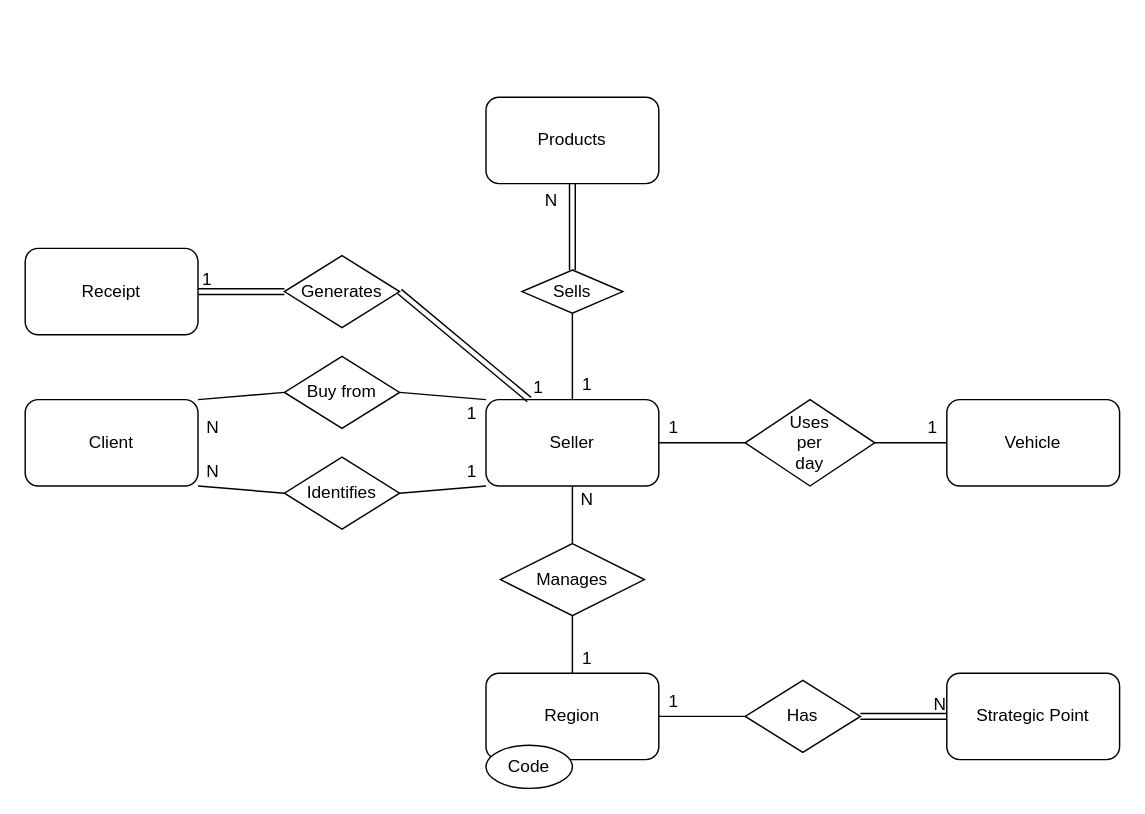
Earlier version of the draw.io diagram MarketingDepartment.drawio (MatheusOde/UML). Source tidied: cells renumbered, new cells numbered last; positions are measured from the earlier drawing's top-left corner, leaving out a move shared by most shapes. Both pictures are drawn from the tidied source at 144%, with x=0, y=0 at pixel (24, 96).
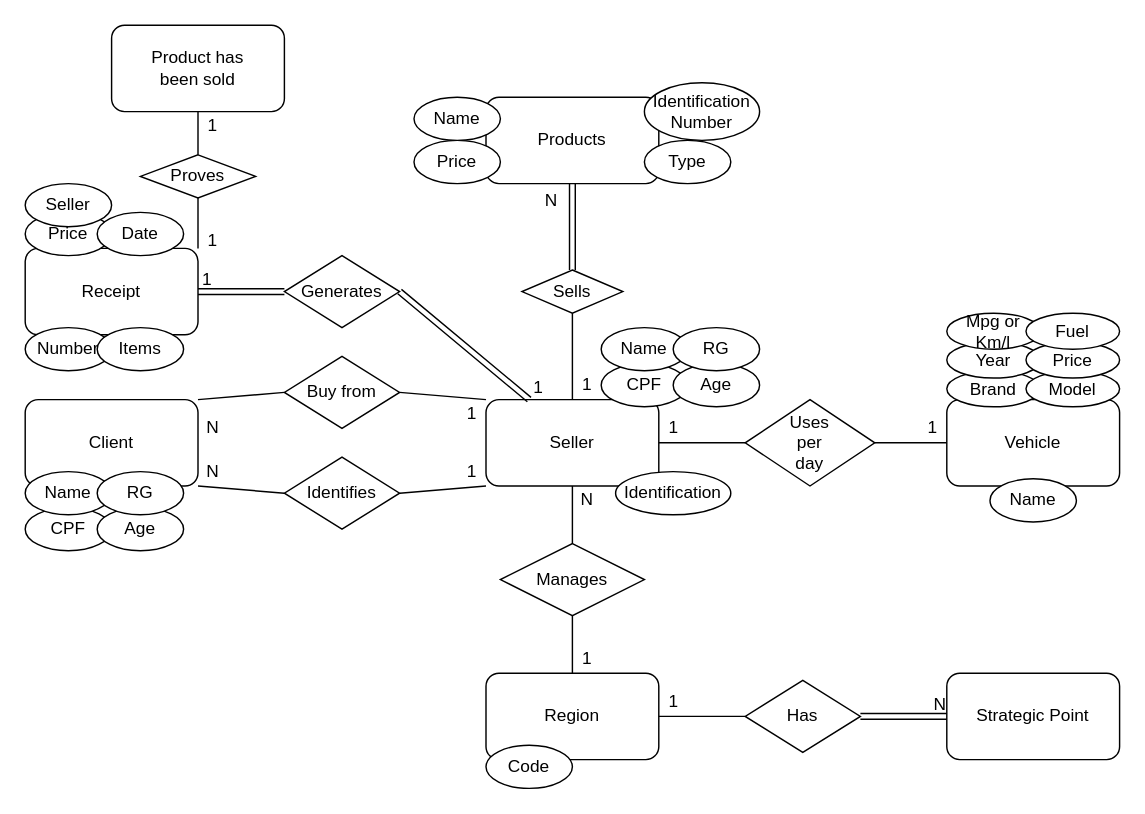
The same page after the edit.

The change refers to these unchanged cells:
```xml
<mxCell id="29" value="Receipt" style="rounded=1;whiteSpace=wrap;html=1;" parent="1" vertex="1">
  <mxGeometry y="105" width="120" height="60" as="geometry" />
</mxCell>
```

The edit, as a diff of the source:
```diff
@@
+    <mxCell id="45" value="Brand" style="ellipse;whiteSpace=wrap;html=1;direction=south;" parent="1" vertex="1">
+      <mxGeometry x="640" y="190" width="65" height="25" as="geometry" />
+    </mxCell>
+    <mxCell id="46" value="Model" style="ellipse;whiteSpace=wrap;html=1;direction=south;" parent="1" vertex="1">
+      <mxGeometry x="695" y="190" width="65" height="25" as="geometry" />
+    </mxCell>
+    <mxCell id="47" value="Year" style="ellipse;whiteSpace=wrap;html=1;direction=south;" parent="1" vertex="1">
+      <mxGeometry x="640" y="170" width="65" height="25" as="geometry" />
+    </mxCell>
+    <mxCell id="48" value="Price" style="ellipse;whiteSpace=wrap;html=1;direction=south;" parent="1" vertex="1">
+      <mxGeometry x="695" y="170" width="65" height="25" as="geometry" />
+    </mxCell>
+    <mxCell id="49" value="Mpg or&lt;br&gt;Km/l" style="ellipse;whiteSpace=wrap;html=1;direction=south;" parent="1" vertex="1">
+      <mxGeometry x="640" y="150" width="65" height="25" as="geometry" />
+    </mxCell>
+    <mxCell id="50" value="Fuel" style="ellipse;whiteSpace=wrap;html=1;direction=south;" parent="1" vertex="1">
+      <mxGeometry x="695" y="150" width="65" height="25" as="geometry" />
+    </mxCell>
+    <mxCell id="51" value="CPF" style="ellipse;whiteSpace=wrap;html=1;" parent="1" vertex="1">
+      <mxGeometry x="400" y="185" width="60" height="30" as="geometry" />
+    </mxCell>
+    <mxCell id="52" value="Name" style="ellipse;whiteSpace=wrap;html=1;" parent="1" vertex="1">
+      <mxGeometry x="400" y="160" width="60" height="30" as="geometry" />
+    </mxCell>
+    <mxCell id="53" value="Age" style="ellipse;whiteSpace=wrap;html=1;" parent="1" vertex="1">
+      <mxGeometry x="450" y="185" width="60" height="30" as="geometry" />
+    </mxCell>
+    <mxCell id="54" value="RG" style="ellipse;whiteSpace=wrap;html=1;" parent="1" vertex="1">
+      <mxGeometry x="450" y="160" width="60" height="30" as="geometry" />
+    </mxCell>
+    <mxCell id="55" value="Identification" style="ellipse;whiteSpace=wrap;html=1;" parent="1" vertex="1">
+      <mxGeometry x="410" y="260" width="80" height="30" as="geometry" />
+    </mxCell>
+    <mxCell id="56" value="CPF" style="ellipse;whiteSpace=wrap;html=1;" parent="1" vertex="1">
+      <mxGeometry y="285" width="60" height="30" as="geometry" />
+    </mxCell>
+    <mxCell id="57" value="Name" style="ellipse;whiteSpace=wrap;html=1;" parent="1" vertex="1">
+      <mxGeometry y="260" width="60" height="30" as="geometry" />
+    </mxCell>
+    <mxCell id="58" value="Age" style="ellipse;whiteSpace=wrap;html=1;" parent="1" vertex="1">
+      <mxGeometry x="50" y="285" width="60" height="30" as="geometry" />
+    </mxCell>
+    <mxCell id="59" value="RG" style="ellipse;whiteSpace=wrap;html=1;" parent="1" vertex="1">
+      <mxGeometry x="50" y="260" width="60" height="30" as="geometry" />
+    </mxCell>
+    <mxCell id="60" value="Number" style="ellipse;whiteSpace=wrap;html=1;" parent="1" vertex="1">
+      <mxGeometry y="160" width="60" height="30" as="geometry" />
+    </mxCell>
+    <mxCell id="61" value="Items" style="ellipse;whiteSpace=wrap;html=1;" parent="1" vertex="1">
+      <mxGeometry x="50" y="160" width="60" height="30" as="geometry" />
+    </mxCell>
+    <mxCell id="62" value="Price" style="ellipse;whiteSpace=wrap;html=1;" parent="1" vertex="1">
+      <mxGeometry y="80" width="60" height="30" as="geometry" />
+    </mxCell>
+    <mxCell id="63" value="Date" style="ellipse;whiteSpace=wrap;html=1;" parent="1" vertex="1">
+      <mxGeometry x="50" y="80" width="60" height="30" as="geometry" />
+    </mxCell>
+    <mxCell id="64" value="Seller" style="ellipse;whiteSpace=wrap;html=1;" parent="1" vertex="1">
+      <mxGeometry y="60" width="60" height="30" as="geometry" />
+    </mxCell>
+    <mxCell id="65" value="Identification&lt;br&gt;Number" style="ellipse;whiteSpace=wrap;html=1;" parent="1" vertex="1">
+      <mxGeometry x="430" y="-10" width="80" height="40" as="geometry" />
+    </mxCell>
+    <mxCell id="66" value="Type" style="ellipse;whiteSpace=wrap;html=1;" parent="1" vertex="1">
+      <mxGeometry x="430" y="30" width="60" height="30" as="geometry" />
+    </mxCell>
+    <mxCell id="67" value="Price" style="ellipse;whiteSpace=wrap;html=1;" parent="1" vertex="1">
+      <mxGeometry x="270" y="30" width="60" height="30" as="geometry" />
+    </mxCell>
+    <mxCell id="68" value="Name" style="ellipse;whiteSpace=wrap;html=1;" parent="1" vertex="1">
+      <mxGeometry x="270" width="60" height="30" as="geometry" />
+    </mxCell>
+    <mxCell id="69" value="Name" style="ellipse;whiteSpace=wrap;html=1;" parent="1" vertex="1">
+      <mxGeometry x="670" y="265" width="60" height="30" as="geometry" />
+    </mxCell>
+    <mxCell id="70" style="endArrow=none;html=1;rounded=0;exitX=1;exitY=0;exitDx=0;exitDy=0;" parent="1" edge="1" source="29">
+      <mxGeometry relative="1" as="geometry">
+        <mxPoint x="120" y="70" as="targetPoint" />
+      </mxGeometry>
+    </mxCell>
+    <mxCell id="71" value="Proves" style="shape=rhombus;perimeter=rhombusPerimeter;whiteSpace=wrap;html=1;align=center;" parent="1" vertex="1">
+      <mxGeometry x="80" y="40" width="80" height="30" as="geometry" />
+    </mxCell>
+    <mxCell id="72" value="1" style="text;html=1;align=center;verticalAlign=middle;strokeColor=none;" parent="1" vertex="1">
+      <mxGeometry x="120" y="90" width="20" height="20" as="geometry" />
+    </mxCell>
+    <mxCell id="73" style="endArrow=none;html=1;rounded=0;exitX=0.5;exitY=0;exitDx=0;exitDy=0;" parent="1" edge="1" source="71">
+      <mxGeometry relative="1" as="geometry">
+        <mxPoint x="120" as="targetPoint" />
+      </mxGeometry>
+    </mxCell>
+    <mxCell id="74" value="Product has&lt;br&gt;been sold" style="rounded=1;whiteSpace=wrap;html=1;" parent="1" vertex="1">
+      <mxGeometry x="60" y="-50" width="120" height="60" as="geometry" />
+    </mxCell>
+    <mxCell id="75" value="1" style="text;html=1;align=center;verticalAlign=middle;strokeColor=none;" parent="1" vertex="1">
+      <mxGeometry x="120" y="10" width="20" height="20" as="geometry" />
+    </mxCell>
```
